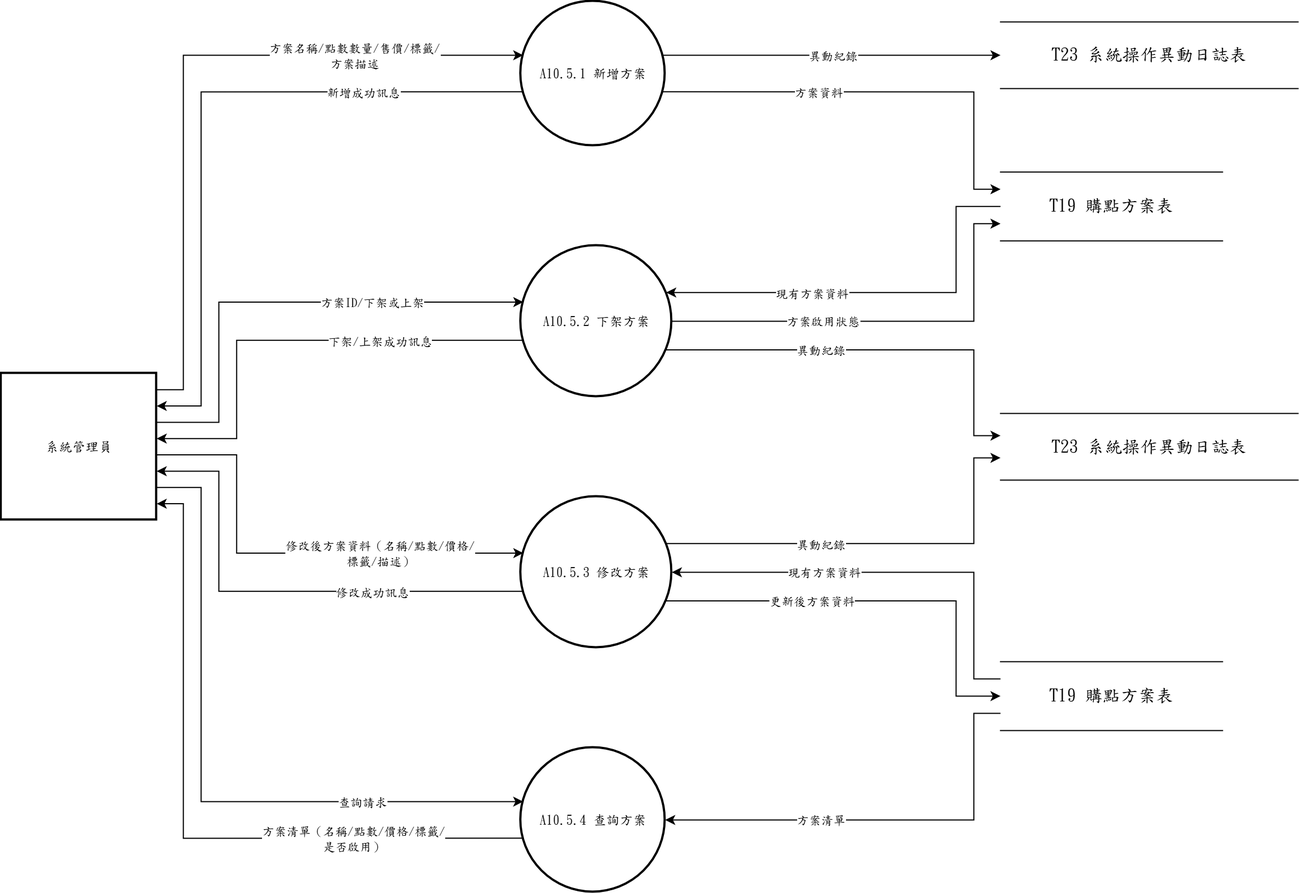
Before: 系統文件/第6章/DFD圖/圖10/新/圖10.5.drawio.png, a diagram exported from draw.io (s22452007/115502). Source tidied: cells renumbered, new cells last; positions are measured from the earlier drawing's top-left corner, leaving out a move shared by most shapes.
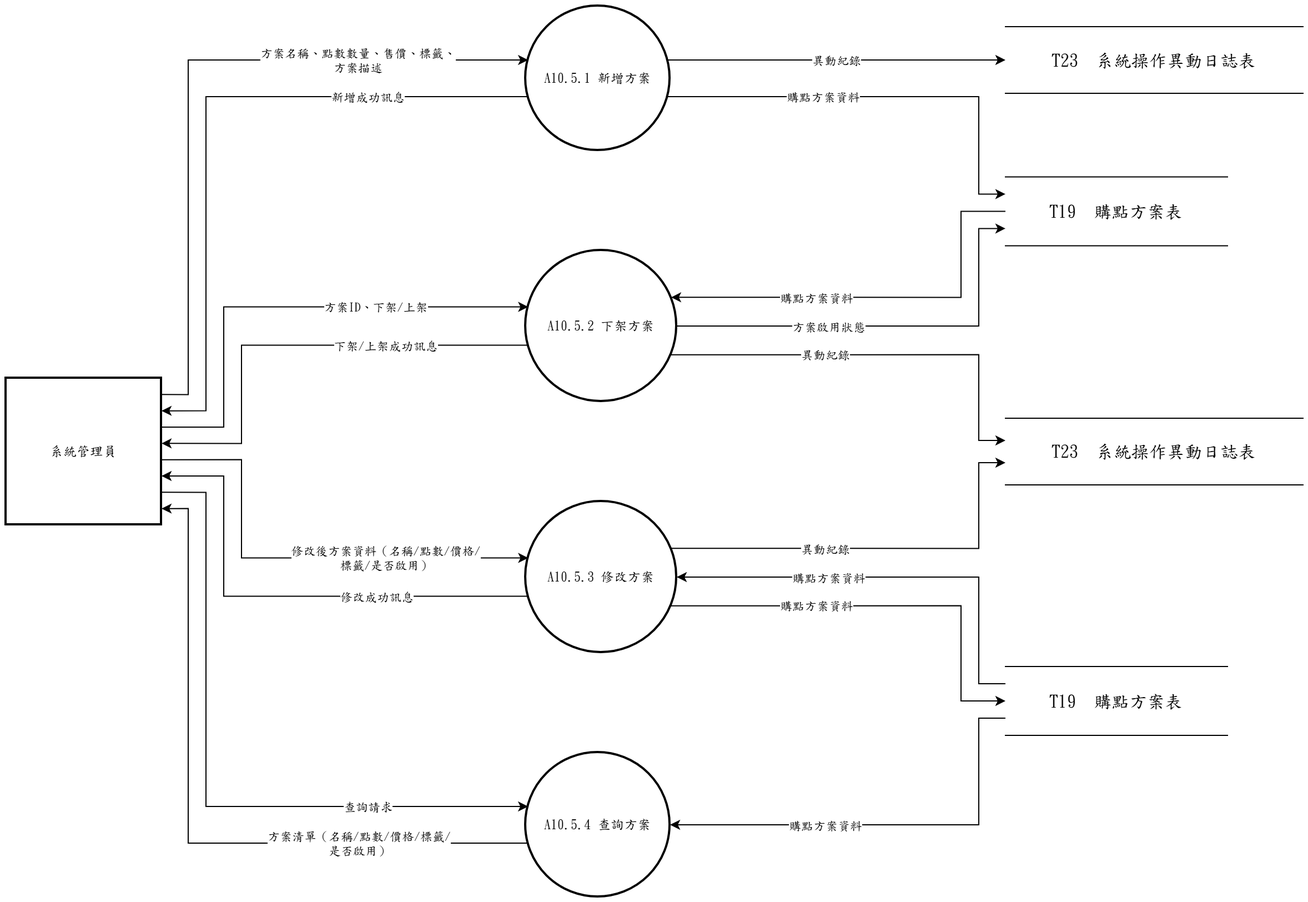
After the commit.

The edit, as a diff of the source:
```diff
@@ -17,16 +17,16 @@
     <mxCell id="6" value="系統管理員" style="whiteSpace=wrap;strokeWidth=2;html=1;fontFamily=標楷體;" parent="1" vertex="1">
       <mxGeometry y="335" width="140" height="132" as="geometry" />
     </mxCell>
-    <mxCell id="7" value="&lt;span lang=&quot;EN-US&quot; style=&quot;font-size: 12pt;&quot;&gt;T23&amp;nbsp;&lt;/span&gt;&lt;span style=&quot;font-size: 12pt;&quot;&gt;系統操作異動日誌表&lt;/span&gt;" style="shape=partialRectangle;whiteSpace=wrap;html=1;left=0;right=0;fontFamily=標楷體;fontSize=16;" parent="1" vertex="1">
+    <mxCell id="7" value="T23  系統操作異動日誌表" style="shape=partialRectangle;whiteSpace=wrap;html=1;left=0;right=0;fontFamily=標楷體;fontSize=16;" parent="1" vertex="1">
       <mxGeometry x="900" y="18.5" width="268" height="60" as="geometry" />
     </mxCell>
-    <mxCell id="8" value="&lt;span lang=&quot;EN-US&quot; style=&quot;font-size: 12pt;&quot;&gt;T19&amp;nbsp;&lt;/span&gt;&lt;span style=&quot;font-size: 12pt;&quot;&gt;購點方案表&lt;/span&gt;" style="shape=partialRectangle;whiteSpace=wrap;html=1;left=0;right=0;fontFamily=標楷體;fontSize=16;" parent="1" vertex="1">
+    <mxCell id="8" value="T19  購點方案表" style="shape=partialRectangle;whiteSpace=wrap;html=1;left=0;right=0;fontFamily=標楷體;fontSize=16;" parent="1" vertex="1">
       <mxGeometry x="900" y="153.7" width="200" height="62" as="geometry" />
     </mxCell>
-    <mxCell id="9" value="&lt;span lang=&quot;EN-US&quot; style=&quot;font-size: 12pt;&quot;&gt;T23&amp;nbsp;&lt;/span&gt;&lt;span style=&quot;font-size: 12pt;&quot;&gt;系統操作異動日誌表&lt;/span&gt;" style="shape=partialRectangle;whiteSpace=wrap;html=1;left=0;right=0;fontFamily=標楷體;fontSize=16;" parent="1" vertex="1">
+    <mxCell id="9" value="T23  系統操作異動日誌表" style="shape=partialRectangle;whiteSpace=wrap;html=1;left=0;right=0;fontFamily=標楷體;fontSize=16;" parent="1" vertex="1">
       <mxGeometry x="900" y="371" width="268" height="60" as="geometry" />
     </mxCell>
-    <mxCell id="10" value="&lt;span lang=&quot;EN-US&quot; style=&quot;font-size: 12pt;&quot;&gt;T19&amp;nbsp;&lt;/span&gt;&lt;span style=&quot;font-size: 12pt;&quot;&gt;購點方案表&lt;/span&gt;" style="shape=partialRectangle;whiteSpace=wrap;html=1;left=0;right=0;fontFamily=標楷體;fontSize=16;" parent="1" vertex="1">
+    <mxCell id="10" value="T19  購點方案表" style="shape=partialRectangle;whiteSpace=wrap;html=1;left=0;right=0;fontFamily=標楷體;fontSize=16;" parent="1" vertex="1">
       <mxGeometry x="900" y="594.5" width="200" height="62" as="geometry" />
     </mxCell>
     <mxCell id="11" style="edgeStyle=none;rounded=0;html=1;fontFamily=標楷體;endArrow=classic;exitX=1.0000;exitY=0.1111;exitDx=0;exitDy=0;exitPerimeter=0;entryX=0.0163;entryY=0.3733;entryDx=0;entryDy=0;entryPerimeter=0;" parent="1" edge="1" source="6" target="2">
@@ -37,7 +37,7 @@
         </Array>
       </mxGeometry>
     </mxCell>
-    <mxCell id="12" value="方案名稱/點數數量/售價/標籤/&lt;br&gt;方案描述" style="edgeLabel;html=1;align=center;verticalAlign=middle;fontFamily=標楷體;" parent="11" vertex="1">
+    <mxCell id="12" value="方案名稱、點數數量、售價、標籤、&lt;br&gt;方案描述" style="edgeLabel;html=1;align=center;verticalAlign=middle;fontFamily=標楷體;" parent="11" vertex="1">
       <mxGeometry x="0.52" relative="1" as="geometry" />
     </mxCell>
     <mxCell id="13" style="edgeStyle=none;rounded=0;html=1;fontFamily=標楷體;endArrow=classic;exitX=0.0163;exitY=0.6267;exitDx=0;exitDy=0;exitPerimeter=0;entryX=1.0000;entryY=0.2222;entryDx=0;entryDy=0;entryPerimeter=0;" parent="1" edge="1" source="2" target="6">
@@ -59,7 +59,7 @@
         </Array>
       </mxGeometry>
     </mxCell>
-    <mxCell id="16" value="方案資料" style="edgeLabel;html=1;align=center;verticalAlign=middle;fontFamily=標楷體;" parent="15" vertex="1">
+    <mxCell id="16" value="購點方案資料" style="edgeLabel;html=1;align=center;verticalAlign=middle;fontFamily=標楷體;" parent="15" vertex="1">
       <mxGeometry x="-0.28" relative="1" as="geometry" />
     </mxCell>
     <mxCell id="17" style="edgeStyle=none;rounded=0;html=1;fontFamily=標楷體;endArrow=classic;exitX=0.9837;exitY=0.3733;exitDx=0;exitDy=0;exitPerimeter=0;entryX=0.0000;entryY=0.5000;entryDx=0;entryDy=0;entryPerimeter=0;" parent="1" edge="1" source="2" target="7">
@@ -76,7 +76,7 @@
         </Array>
       </mxGeometry>
     </mxCell>
-    <mxCell id="20" value="方案ID/下架或上架" style="edgeLabel;html=1;align=center;verticalAlign=middle;fontFamily=標楷體;" parent="19" vertex="1">
+    <mxCell id="20" value="方案ID、下架/上架" style="edgeLabel;html=1;align=center;verticalAlign=middle;fontFamily=標楷體;" parent="19" vertex="1">
       <mxGeometry x="0.38" relative="1" as="geometry" />
     </mxCell>
     <mxCell id="21" style="edgeStyle=none;rounded=0;html=1;fontFamily=標楷體;endArrow=classic;exitX=0.0000;exitY=0.5000;exitDx=0;exitDy=0;exitPerimeter=0;entryX=0.9625;entryY=0.3100;entryDx=0;entryDy=0;entryPerimeter=0;" parent="1" edge="1" source="8" target="3">
@@ -87,7 +87,7 @@
         </Array>
       </mxGeometry>
     </mxCell>
-    <mxCell id="22" value="現有方案資料" style="edgeLabel;html=1;align=center;verticalAlign=middle;fontFamily=標楷體;" parent="21" vertex="1">
+    <mxCell id="22" value="購點方案資料" style="edgeLabel;html=1;align=center;verticalAlign=middle;fontFamily=標楷體;" parent="21" vertex="1">
       <mxGeometry x="0.31" relative="1" as="geometry" />
     </mxCell>
     <mxCell id="23" style="edgeStyle=none;rounded=0;html=1;fontFamily=標楷體;endArrow=classic;exitX=0.0163;exitY=0.6267;exitDx=0;exitDy=0;exitPerimeter=0;entryX=1.0000;entryY=0.4444;entryDx=0;entryDy=0;entryPerimeter=0;" parent="1" edge="1" source="3" target="6">
@@ -131,7 +131,7 @@
         </Array>
       </mxGeometry>
     </mxCell>
-    <mxCell id="30" value="修改後方案資料（名稱/點數/價格/&lt;br&gt;標籤/描述）" style="edgeLabel;html=1;align=center;verticalAlign=middle;fontFamily=標楷體;" parent="29" vertex="1">
+    <mxCell id="30" value="修改後方案資料（名稱/點數/價格/&lt;br&gt;標籤/是否啟用）" style="edgeLabel;html=1;align=center;verticalAlign=middle;fontFamily=標楷體;" parent="29" vertex="1">
       <mxGeometry x="0.38" relative="1" as="geometry" />
     </mxCell>
     <mxCell id="31" style="edgeStyle=none;rounded=0;html=1;fontFamily=標楷體;endArrow=classic;exitX=0.0000;exitY=0.2500;exitDx=0;exitDy=0;exitPerimeter=0;entryX=1.0000;entryY=0.5000;entryDx=0;entryDy=0;entryPerimeter=0;" parent="1" edge="1" source="10" target="4">
@@ -142,7 +142,7 @@
         </Array>
       </mxGeometry>
     </mxCell>
-    <mxCell id="32" value="現有方案資料" style="edgeLabel;html=1;align=center;verticalAlign=middle;fontFamily=標楷體;" parent="31" vertex="1">
+    <mxCell id="32" value="購點方案資料" style="edgeLabel;html=1;align=center;verticalAlign=middle;fontFamily=標楷體;" parent="31" vertex="1">
       <mxGeometry x="0.31" relative="1" as="geometry" />
     </mxCell>
     <mxCell id="33" style="edgeStyle=none;rounded=0;html=1;fontFamily=標楷體;endArrow=classic;exitX=0.0163;exitY=0.6267;exitDx=0;exitDy=0;exitPerimeter=0;entryX=1.0000;entryY=0.6667;entryDx=0;entryDy=0;entryPerimeter=0;" parent="1" edge="1" source="4" target="6">
@@ -164,7 +164,7 @@
         </Array>
       </mxGeometry>
     </mxCell>
-    <mxCell id="36" value="更新後方案資料" style="edgeLabel;html=1;align=center;verticalAlign=middle;fontFamily=標楷體;" parent="35" vertex="1">
+    <mxCell id="36" value="購點方案資料" style="edgeLabel;html=1;align=center;verticalAlign=middle;fontFamily=標楷體;" parent="35" vertex="1">
       <mxGeometry x="-0.33" relative="1" as="geometry" />
     </mxCell>
     <mxCell id="37" style="edgeStyle=none;rounded=0;html=1;fontFamily=標楷體;endArrow=classic;exitX=0.9625;exitY=0.3100;exitDx=0;exitDy=0;exitPerimeter=0;entryX=0.0000;entryY=0.6667;entryDx=0;entryDy=0;entryPerimeter=0;" parent="1" edge="1" source="4" target="9">
@@ -197,7 +197,7 @@
         </Array>
       </mxGeometry>
     </mxCell>
-    <mxCell id="42" value="方案清單" style="edgeLabel;html=1;align=center;verticalAlign=middle;fontFamily=標楷體;" parent="41" vertex="1">
+    <mxCell id="42" value="購點方案資料" style="edgeLabel;html=1;align=center;verticalAlign=middle;fontFamily=標楷體;" parent="41" vertex="1">
       <mxGeometry x="0.3" relative="1" as="geometry" />
     </mxCell>
     <mxCell id="43" style="edgeStyle=none;rounded=0;html=1;fontFamily=標楷體;endArrow=classic;exitX=0.0163;exitY=0.6267;exitDx=0;exitDy=0;exitPerimeter=0;entryX=1.0000;entryY=0.8889;entryDx=0;entryDy=0;entryPerimeter=0;" parent="1" edge="1" source="5" target="6">
```
